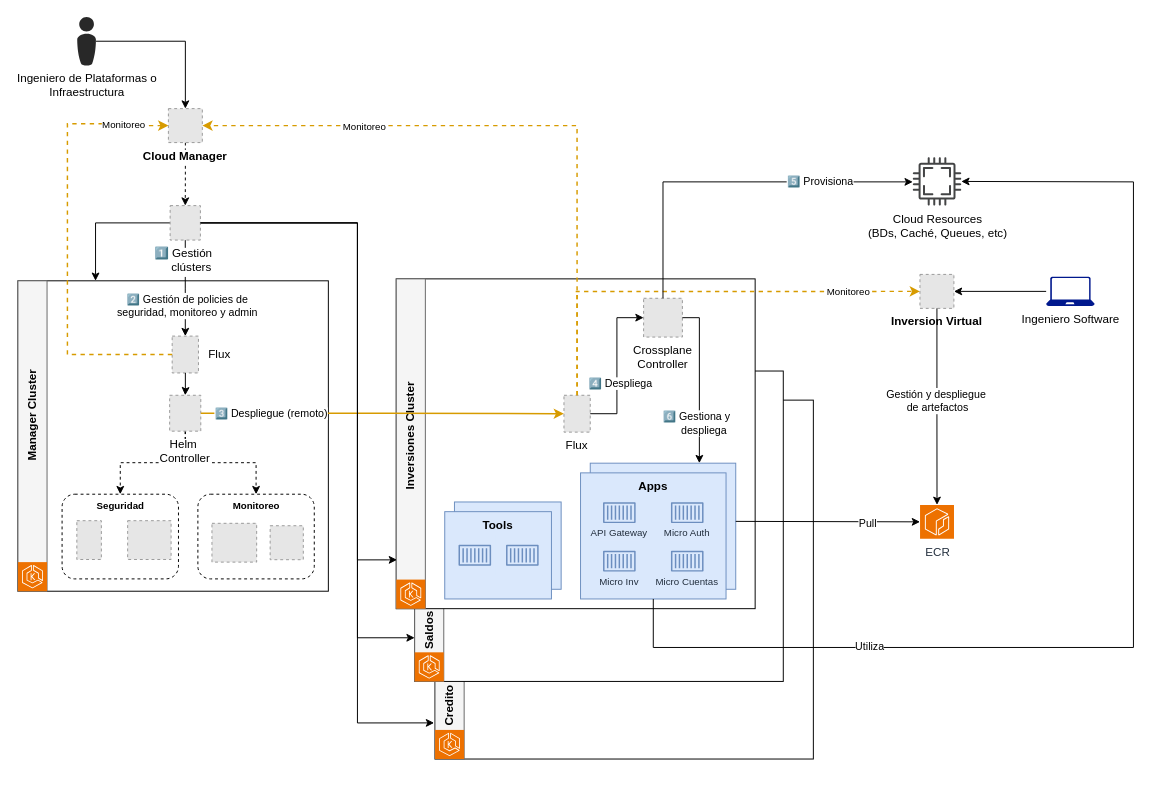
The draw.io diagram page "Arq-Soluciones-GitOps" (3 of 3) of assets/esquemas.drawio in lima-demos-days/CloudManager, before the edit. Source tidied: cells renumbered, new cells numbered last; positions are measured from the earlier drawing's top-left corner, leaving out a move shared by most shapes. Both pictures are drawn from the tidied source at 97%, with x=0, y=0 at pixel (-47, 16). Pictures stored in the file or linked from it are replaced by grey dashed boxes.
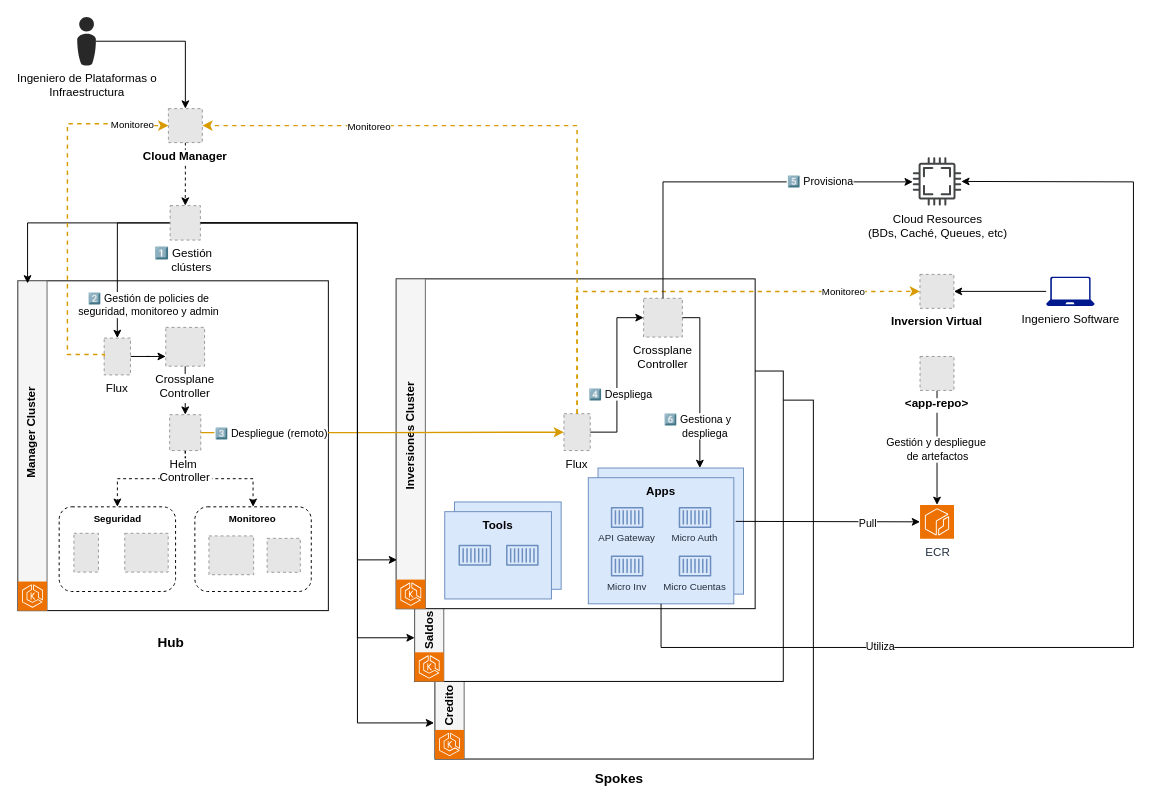
After the change.

Commit message (it also covers changes not shown here):
config: spoke flux OK + spoke Crossplane

The change refers to these unchanged cells:
```xml
<mxCell id="24" style="edgeStyle=orthogonalEdgeStyle;rounded=0;jettySize=auto;html=1;entryX=0.5;entryY=0;entryDx=0;entryDy=0;" parent="1" edge="1" source="27" target="18">
  <mxGeometry relative="1" as="geometry" />
</mxCell>
<mxCell id="27" value="1️⃣ Gestión &#10;    clústers" style="fillColor=#E6E6E6;strokeColor=#999999;dashed=1;verticalLabelPosition=bottom;labelBackgroundColor=default;verticalAlign=top;" parent="1" vertex="1">
  <mxGeometry x="222.9" y="194.5" width="31.2" height="35.5" as="geometry" />
</mxCell>
<mxCell id="28" style="group;" parent="1" vertex="1">
  <mxGeometry x="456" y="360" width="430" height="405" as="geometry" />
</mxCell>
<mxCell id="45" style="rounded=0;whiteSpace=wrap;html=1;verticalAlign=top;fontStyle=1;fillColor=#dae8fc;strokeColor=#6c8ebf;" parent="44" vertex="1">
  <mxGeometry x="10" width="150" height="130" as="geometry" />
</mxCell>
<mxCell id="47" value="Apps" style="rounded=0;whiteSpace=wrap;html=1;verticalAlign=top;fontStyle=1;fillColor=#dae8fc;strokeColor=#6c8ebf;" parent="46" vertex="1">
  <mxGeometry width="150" height="130" as="geometry" />
</mxCell>
<mxCell id="65" value="Crossplane&#10;Controller" style="fillColor=#E6E6E6;strokeColor=#999999;dashed=1;verticalLabelPosition=bottom;labelBackgroundColor=default;verticalAlign=top;" parent="28" vertex="1">
  <mxGeometry x="255" y="-70" width="40" height="40" as="geometry" />
</mxCell>
<mxCell id="80" value="Inversion Virtual" style="fillColor=#E6E6E6;strokeColor=#999999;dashed=1;verticalLabelPosition=bottom;labelBackgroundColor=default;verticalAlign=top;fontStyle=1;" parent="1" vertex="1">
  <mxGeometry x="995.9" y="265.4" width="35" height="35" as="geometry" />
</mxCell>
<mxCell id="85" value="ECR" style="sketch=0;points=[[0,0,0],[0.25,0,0],[0.5,0,0],[0.75,0,0],[1,0,0],[0,1,0],[0.25,1,0],[0.5,1,0],[0.75,1,0],[1,1,0],[0,0.25,0],[0,0.5,0],[0,0.75,0],[1,0.25,0],[1,0.5,0],[1,0.75,0]];outlineConnect=0;fontColor=#232F3E;fillColor=#ED7100;strokeColor=#ffffff;dashed=0;verticalLabelPosition=bottom;verticalAlign=top;align=center;html=1;fontSize=12;fontStyle=0;shape=mxgraph.aws4.resourceIcon;resIcon=mxgraph.aws4.ecr;" parent="1" vertex="1">
  <mxGeometry x="996" y="503" width="35" height="35" as="geometry" />
</mxCell>
<mxCell id="88" value="Cloud Resources&lt;div&gt;(BDs, Caché, Queues, etc)&lt;/div&gt;" style="sketch=0;shadow=0;dashed=0;html=1;strokeColor=none;fillColor=#434445;labelPosition=center;verticalLabelPosition=bottom;verticalAlign=top;align=center;outlineConnect=0;shape=mxgraph.vvd.cpu;" parent="1" vertex="1">
  <mxGeometry x="988.5" y="144.5" width="50" height="50" as="geometry" />
</mxCell>
```

The edit, as a diff of the source:
```diff
@@
     <mxCell id="2" style="group;" parent="1" vertex="1">
-      <mxGeometry x="66" y="332" width="320" height="260" as="geometry" />
+      <mxGeometry x="66" y="332" width="320" height="280" as="geometry" />
     </mxCell>
     <mxCell id="3" style="rounded=0;whiteSpace=wrap;html=1;" parent="2" vertex="1">
-      <mxGeometry y="-60" width="320" height="320" as="geometry" />
+      <mxGeometry y="-60" width="320" height="340" as="geometry" />
     </mxCell>
     <mxCell id="4" style="rounded=0;whiteSpace=wrap;html=1;fillColor=#f5f5f5;fontColor=#333333;strokeColor=#666666;" parent="2" vertex="1">
-      <mxGeometry y="-60" width="30" height="320" as="geometry" />
+      <mxGeometry y="-60" width="30" height="340" as="geometry" />
     </mxCell>
     <mxCell id="5" value="Manager Cluster" style="text;html=1;align=center;verticalAlign=middle;whiteSpace=wrap;rounded=0;rotation=-90;fontStyle=1;" parent="2" vertex="1">
-      <mxGeometry x="-66" y="62.3" width="162" height="32.7" as="geometry" />
+      <mxGeometry x="-66" y="80.1" width="162" height="32.7" as="geometry" />
     </mxCell>
     <mxCell id="6" style="group;" parent="2" vertex="1">
-      <mxGeometry x="45.5" y="160" width="120" height="87.3" as="geometry" />
+      <mxGeometry x="42.5" y="173" width="120" height="87.3" as="geometry" />
     </mxCell>
@@
     <mxCell id="10" style="group;" parent="2" vertex="1">
-      <mxGeometry x="185.5" y="160" width="120" height="87.3" as="geometry" />
+      <mxGeometry x="182.4" y="173" width="120" height="87.3" as="geometry" />
     </mxCell>
@@
     <mxCell id="14" style="sketch=0;fontColor=#232F3E;fillColor=#ED7100;strokeColor=#ffffff;dashed=0;verticalLabelPosition=bottom;verticalAlign=top;align=center;html=1;fontSize=12;fontStyle=0;shape=mxgraph.aws4.resourceIcon;resIcon=mxgraph.aws4.eks;" parent="2" vertex="1">
-      <mxGeometry y="230" width="30" height="30" as="geometry" />
+      <mxGeometry y="250" width="30" height="30" as="geometry" />
     </mxCell>
@@
     <mxCell id="17" value="Helm &#10;Controller" style="fillColor=#E6E6E6;strokeColor=#999999;dashed=1;verticalLabelPosition=bottom;labelBackgroundColor=default;verticalAlign=top;" parent="2" vertex="1">
-      <mxGeometry x="156.4" y="58" width="32.1" height="37" as="geometry" />
+      <mxGeometry x="156.4" y="78" width="32.1" height="37" as="geometry" />
     </mxCell>
+    <mxCell id="95" style="edgeStyle=orthogonalEdgeStyle;rounded=0;jettySize=auto;html=1;entryX=0;entryY=0.75;entryDx=0;entryDy=0;" parent="2" edge="1" source="18" target="97">
+      <mxGeometry relative="1" as="geometry" />
+    </mxCell>
-    <mxCell id="18" style="fillColor=#E6E6E6;strokeColor=#999999;dashed=1;verticalLabelPosition=bottom;labelBackgroundColor=default;verticalAlign=top;" parent="2" vertex="1">
-      <mxGeometry x="159" y="-3" width="27.1" height="38" as="geometry" />
+    <mxCell id="18" value="Flux" style="fillColor=#E6E6E6;strokeColor=#999999;dashed=1;verticalLabelPosition=bottom;labelBackgroundColor=default;verticalAlign=top;" parent="2" vertex="1">
+      <mxGeometry x="88.9" y="-1" width="27.1" height="38" as="geometry" />
     </mxCell>
-    <mxCell id="19" style="edgeStyle=orthogonalEdgeStyle;rounded=0;jettySize=auto;html=1;entryX=0.5;entryY=0;entryDx=0;entryDy=0;" parent="2" edge="1" source="18" target="17">
-      <mxGeometry relative="1" as="geometry" />
-    </mxCell>
-    <mxCell id="20" value="&lt;span style=&quot;text-wrap-mode: nowrap; background-color: rgb(255, 255, 255);&quot;&gt;Flux&lt;/span&gt;" style="text;html=1;align=center;verticalAlign=middle;whiteSpace=wrap;rounded=0;" parent="2" vertex="1">
-      <mxGeometry x="177.5" y="1" width="60" height="30" as="geometry" />
-    </mxCell>
+    <mxCell id="96" style="edgeStyle=orthogonalEdgeStyle;rounded=0;jettySize=auto;html=1;" parent="2" edge="1" source="97" target="17">
+      <mxGeometry relative="1" as="geometry" />
+    </mxCell>
+    <mxCell id="97" value="Crossplane&#10;Controller" style="fillColor=#E6E6E6;strokeColor=#999999;dashed=1;verticalLabelPosition=bottom;labelBackgroundColor=default;verticalAlign=top;" parent="2" vertex="1">
+      <mxGeometry x="152.4" y="-12" width="40" height="40" as="geometry" />
+    </mxCell>
@@
-    <mxCell id="23" style="edgeStyle=orthogonalEdgeStyle;rounded=0;jettySize=auto;html=1;entryX=0.25;entryY=0;entryDx=0;entryDy=0;" parent="1" edge="1" source="27" target="3">
+    <mxCell id="23" style="edgeStyle=orthogonalEdgeStyle;rounded=0;jettySize=auto;html=1;entryX=0.031;entryY=0.008;entryDx=0;entryDy=0;entryPerimeter=0;" parent="1" edge="1" source="27" target="3">
       <mxGeometry relative="1" as="geometry">
         <Array as="points">
-          <mxPoint x="146" y="212" />
+          <mxPoint x="76" y="212" />
         </Array>
       </mxGeometry>
     </mxCell>
@@
     <mxCell id="25" value="&amp;nbsp;2️⃣ Gestión de policies de&lt;div&gt;&amp;nbsp;seguridad, monitoreo y admin&lt;/div&gt;" style="edgeLabel;html=1;align=center;verticalAlign=middle;" parent="24" vertex="1">
       <mxGeometry x="0.64" y="-1" relative="1" as="geometry">
-        <mxPoint x="1" y="-13" as="offset" />
+        <mxPoint x="31" y="-3" as="offset" />
       </mxGeometry>
     </mxCell>
@@
     <mxCell id="42" value="Flux" style="fillColor=#E6E6E6;strokeColor=#999999;dashed=1;verticalLabelPosition=bottom;labelBackgroundColor=default;verticalAlign=top;" parent="28" vertex="1">
-      <mxGeometry x="172.9" y="30" width="27.1" height="38" as="geometry" />
+      <mxGeometry x="172.9" y="49" width="27.1" height="38" as="geometry" />
     </mxCell>
@@
     <mxCell id="44" style="group;" parent="28" vertex="1">
-      <mxGeometry x="190" y="100" width="160" height="140" as="geometry" />
+      <mxGeometry x="198" y="105" width="160" height="140" as="geometry" />
     </mxCell>
@@
-    <mxCell id="66" style="edgeStyle=orthogonalEdgeStyle;rounded=0;jettySize=auto;html=1;entryX=0.75;entryY=0;entryDx=0;entryDy=0;" parent="28" edge="1" source="65" target="45">
+    <mxCell id="66" style="edgeStyle=orthogonalEdgeStyle;rounded=0;jettySize=auto;html=1;" parent="28" edge="1" source="65">
       <mxGeometry relative="1" as="geometry">
+        <mxPoint x="313" y="105" as="targetPoint" />
         <Array as="points">
           <mxPoint x="313" y="-50" />
         </Array>
       </mxGeometry>
     </mxCell>
@@
-    <mxCell id="91" style="edgeStyle=orthogonalEdgeStyle;rounded=0;jettySize=auto;html=1;entryX=0.5;entryY=0;entryDx=0;entryDy=0;entryPerimeter=0;" parent="1" edge="1" source="80" target="85">
+    <mxCell id="91" style="edgeStyle=orthogonalEdgeStyle;rounded=0;jettySize=auto;html=1;entryX=0.5;entryY=0;entryDx=0;entryDy=0;entryPerimeter=0;exitX=0.5;exitY=1;exitDx=0;exitDy=0;" parent="1" edge="1" source="100" target="85">
       <mxGeometry relative="1" as="geometry" />
     </mxCell>
     <mxCell id="92" value="Gestión y despliegue&amp;nbsp;&lt;div&gt;de&amp;nbsp;&lt;span style=&quot;background-color: light-dark(#ffffff, var(--ge-dark-color, #121212)); color: light-dark(rgb(0, 0, 0), rgb(255, 255, 255));&quot;&gt;artefactos&lt;/span&gt;&lt;/div&gt;" style="edgeLabel;html=1;align=center;verticalAlign=middle;" parent="91" vertex="1">
       <mxGeometry x="0.29" relative="1" as="geometry">
-        <mxPoint y="-36" as="offset" />
+        <mxPoint y="-16" as="offset" />
       </mxGeometry>
     </mxCell>
     <mxCell id="93" style="endArrow=classic;html=1;rounded=0;exitX=0.5;exitY=1;exitDx=0;exitDy=0;" parent="1" edge="1" source="47" target="88">
       <mxGeometry relative="1" as="geometry">
         <Array as="points">
-          <mxPoint x="721" y="650" />
+          <mxPoint x="729" y="650" />
           <mxPoint x="1216" y="650" />
           <mxPoint x="1216" y="170" />
         </Array>
       </mxGeometry>
     </mxCell>
@@
+    <mxCell id="98" value="Hub" style="text;html=1;align=center;verticalAlign=middle;whiteSpace=wrap;rounded=0;fontStyle=1;fontSize=14;" parent="1" vertex="1">
+      <mxGeometry x="194.1" y="630" width="60" height="30" as="geometry" />
+    </mxCell>
+    <mxCell id="99" value="Spokes" style="text;html=1;align=center;verticalAlign=middle;whiteSpace=wrap;rounded=0;fontStyle=1;fontSize=14;" parent="1" vertex="1">
+      <mxGeometry x="656" y="770" width="60" height="30" as="geometry" />
+    </mxCell>
+    <mxCell id="100" value="&lt;app-repo&gt;" style="fillColor=#E6E6E6;strokeColor=#999999;dashed=1;verticalLabelPosition=bottom;labelBackgroundColor=default;verticalAlign=top;fontStyle=1;" parent="1" vertex="1">
+      <mxGeometry x="996" y="350" width="35" height="35" as="geometry" />
+    </mxCell>
```
